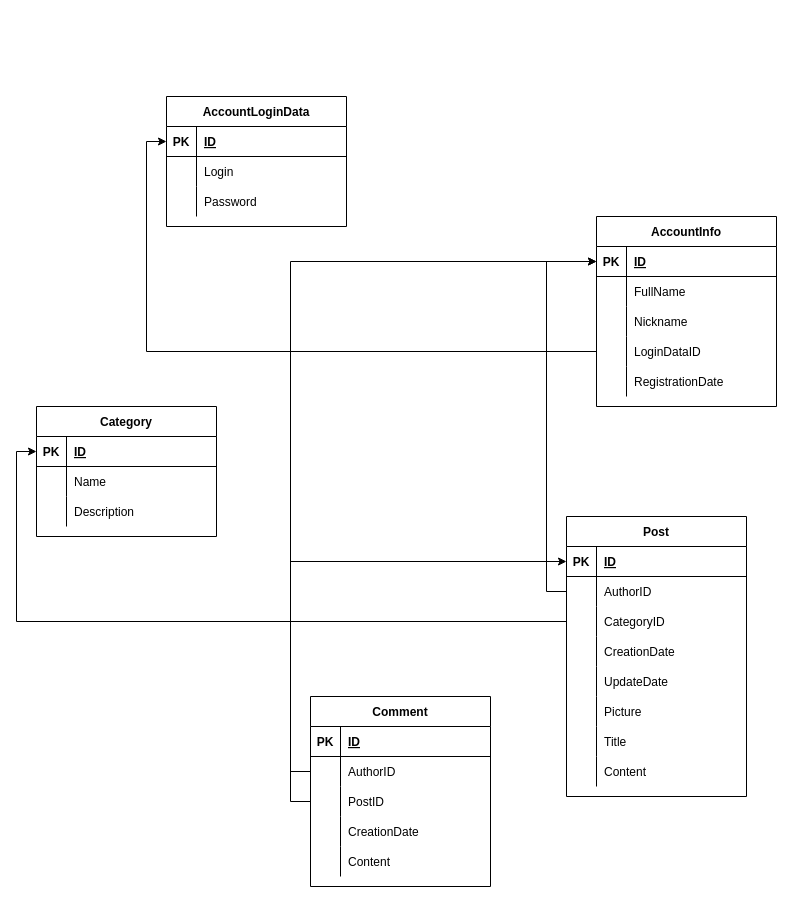
Above: DB_model.drawio in ThattHuman/ResponsiveSite (draw.io), before the change. Source tidied: cells renumbered, new cells numbered last; positions are measured from the earlier drawing's top-left corner, leaving out a move shared by most shapes. Both pictures are drawn from the tidied source at 100%, with x=0, y=0 at pixel (36, 96).
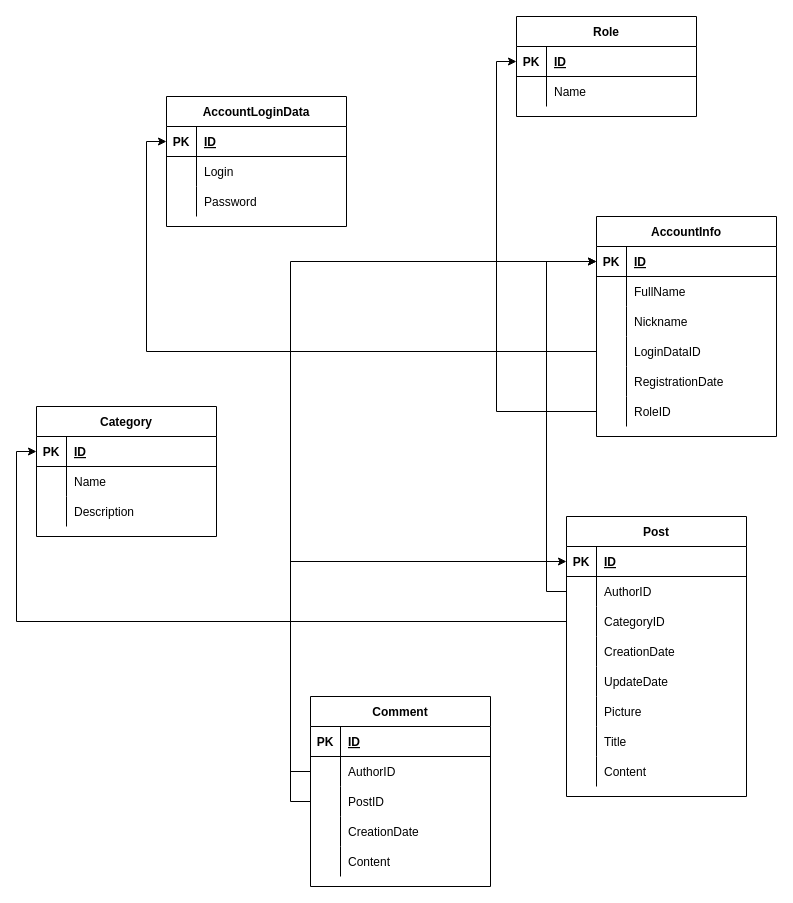
The same page after the edit.

The edit, as a diff of the source:
```diff
@@
     <mxCell id="12" value="AccountInfo" style="shape=table;startSize=30;childLayout=tableLayout;rowLines=0;fontStyle=1;align=center;" parent="1" vertex="1">
-      <mxGeometry x="560" y="120" width="180" height="190" as="geometry" />
+      <mxGeometry x="560" y="120" width="180" height="220" as="geometry" />
     </mxCell>
@@
+    <mxCell id="84" style="shape=partialRectangle;fillColor=none;top=0;left=0;bottom=0;right=0;points=[[0,0.5],[1,0.5]];portConstraint=eastwest;" parent="12" vertex="1">
+      <mxGeometry y="180" width="180" height="30" as="geometry" />
+    </mxCell>
+    <mxCell id="85" style="shape=partialRectangle;fillColor=none;top=0;left=0;bottom=0;right=0;overflow=hidden;" parent="84" vertex="1">
+      <mxGeometry width="30" height="30" as="geometry" />
+    </mxCell>
+    <mxCell id="86" value="RoleID" style="shape=partialRectangle;fillColor=none;top=0;left=0;bottom=0;right=0;align=left;spacingLeft=6;overflow=hidden;" parent="84" vertex="1">
+      <mxGeometry x="30" width="150" height="30" as="geometry" />
+    </mxCell>
@@
+    <mxCell id="87" value="Role" style="shape=table;startSize=30;childLayout=tableLayout;rowLines=0;fontStyle=1;align=center;" parent="1" vertex="1">
+      <mxGeometry x="480" y="-80" width="180" height="100" as="geometry" />
+    </mxCell>
+    <mxCell id="88" style="shape=partialRectangle;fillColor=none;top=0;left=0;bottom=1;right=0;points=[[0,0.5],[1,0.5]];portConstraint=eastwest;" parent="87" vertex="1">
+      <mxGeometry y="30" width="180" height="30" as="geometry" />
+    </mxCell>
+    <mxCell id="89" value="PK" style="shape=partialRectangle;fillColor=none;top=0;left=0;bottom=0;right=0;fontStyle=1;overflow=hidden;" parent="88" vertex="1">
+      <mxGeometry width="30" height="30" as="geometry" />
+    </mxCell>
+    <mxCell id="90" value="ID" style="shape=partialRectangle;fillColor=none;top=0;left=0;bottom=0;right=0;align=left;spacingLeft=6;fontStyle=5;overflow=hidden;" parent="88" vertex="1">
+      <mxGeometry x="30" width="150" height="30" as="geometry" />
+    </mxCell>
+    <mxCell id="91" style="shape=partialRectangle;fillColor=none;top=0;left=0;bottom=0;right=0;" parent="87" vertex="1">
+      <mxGeometry y="60" width="180" height="30" as="geometry" />
+    </mxCell>
+    <mxCell id="92" style="shape=partialRectangle;fillColor=none;top=0;left=0;bottom=0;right=0;overflow=hidden;" parent="91" vertex="1">
+      <mxGeometry width="30" height="30" as="geometry" />
+    </mxCell>
+    <mxCell id="93" value="Name" style="shape=partialRectangle;fillColor=none;top=0;left=0;bottom=0;right=0;align=left;spacingLeft=6;overflow=hidden;" parent="91" vertex="1">
+      <mxGeometry x="30" width="150" height="30" as="geometry" />
+    </mxCell>
+    <mxCell id="94" style="edgeStyle=orthogonalEdgeStyle;rounded=0;jettySize=auto;html=1;exitX=0;exitY=0.5;exitDx=0;exitDy=0;entryX=0;entryY=0.5;entryDx=0;entryDy=0;" parent="1" edge="1" source="84" target="88">
+      <mxGeometry relative="1" as="geometry" />
+    </mxCell>
```
